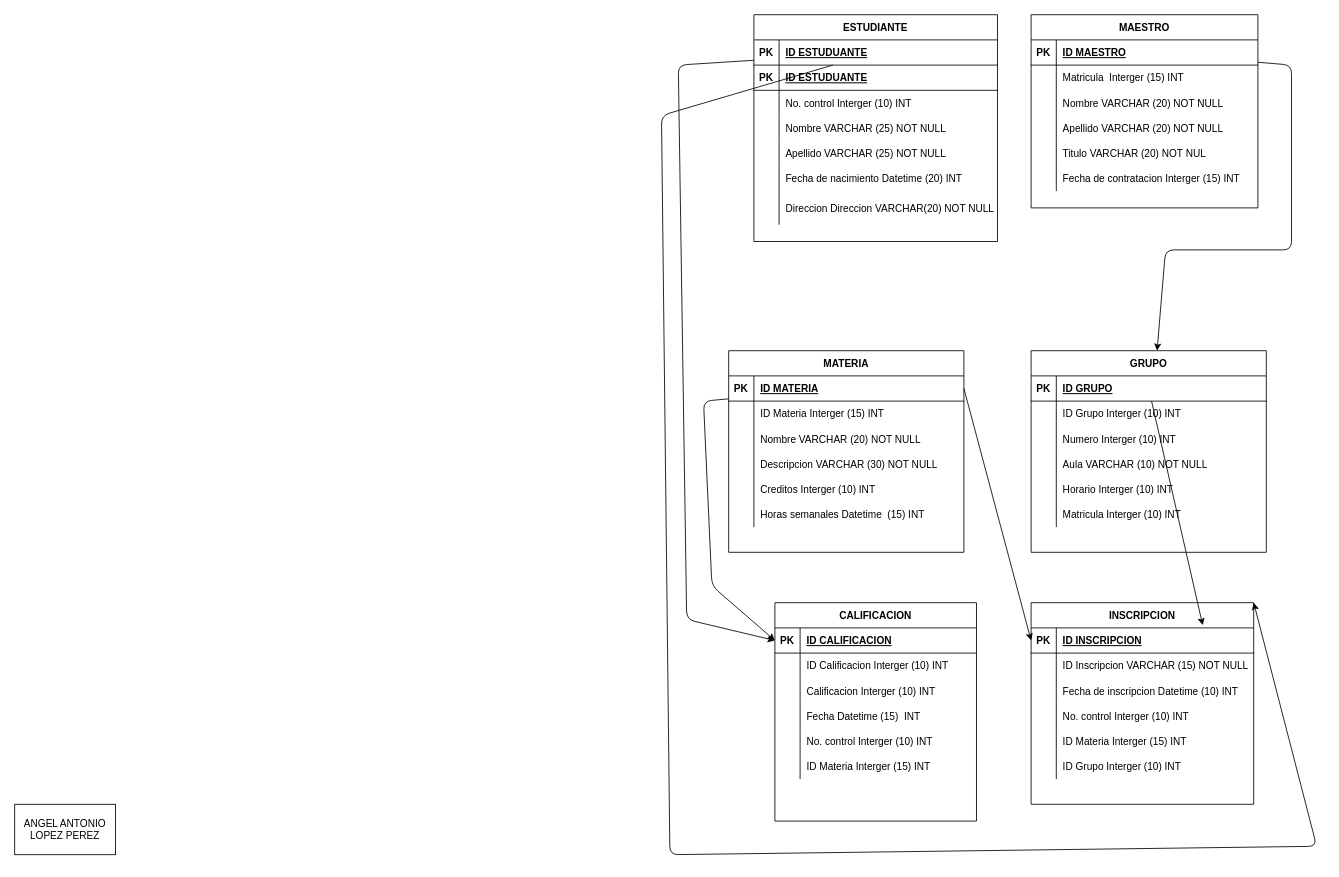
Before: page "EXAMEN U3" (4 of 4) of Diagramas/TRABAJO 1-PROYECTO.drawio in Angel-antonio03/FDB-ANGEL-ANTONIO-LOPEZ, a draw.io diagram. Source tidied: cells renumbered, new cells numbered last; positions are measured from the earlier drawing's top-left corner, leaving out a move shared by most shapes. Both pictures are drawn from the tidied source at 84%, with x=0, y=0 at pixel (14, 14).
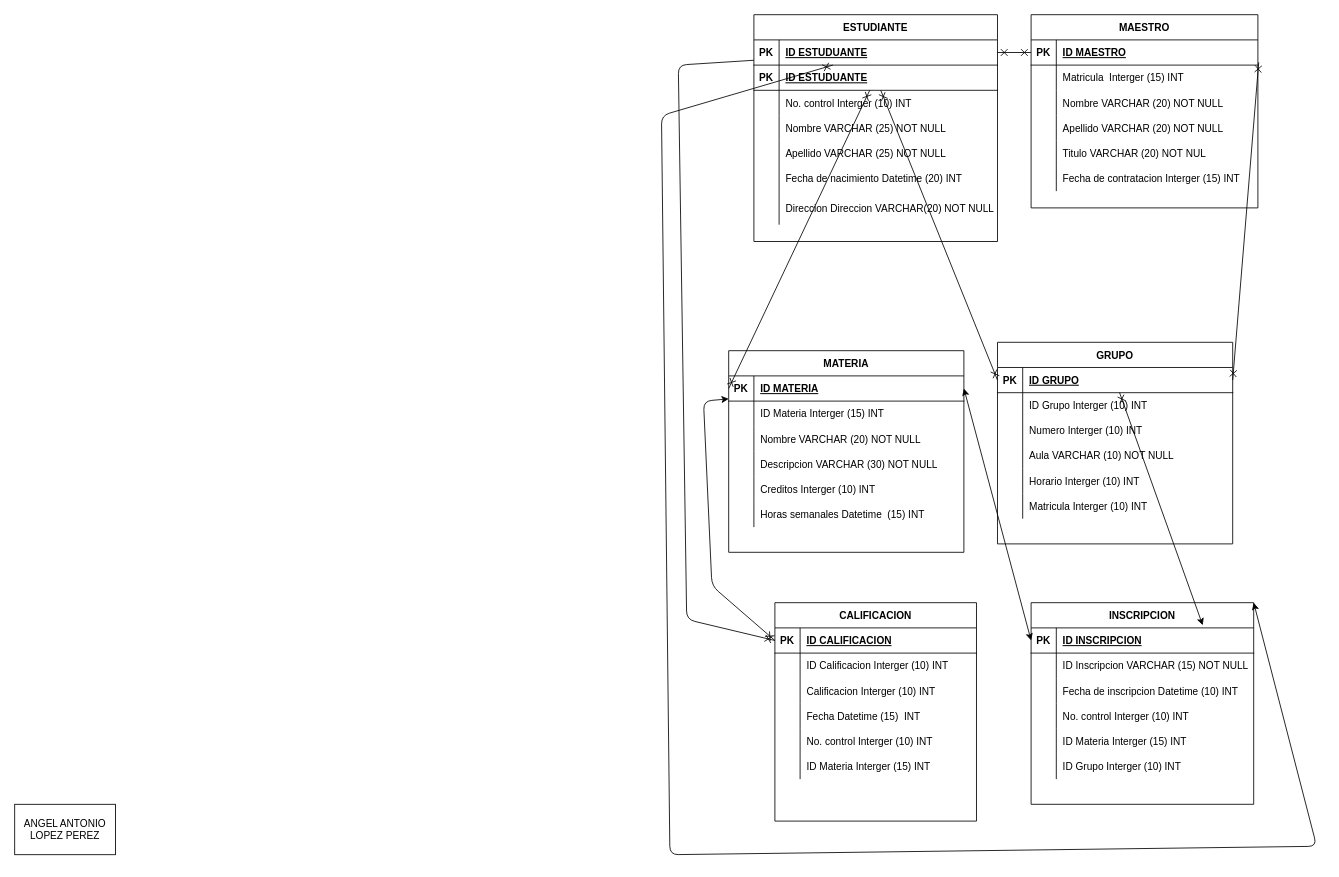
After the change.

Unchanged cells that the change refers to:
```xml
<mxCell id="3" style="shape=tableRow;horizontal=0;startSize=0;swimlaneHead=0;swimlaneBody=0;fillColor=none;points=[[0,0.5],[1,0.5]];portConstraint=eastwest;top=0;left=0;right=0;bottom=1;" parent="2" vertex="1">
  <mxGeometry y="30" width="290" height="30" as="geometry" />
</mxCell>
<mxCell id="6" style="shape=tableRow;horizontal=0;startSize=0;swimlaneHead=0;swimlaneBody=0;fillColor=none;points=[[0,0.5],[1,0.5]];portConstraint=eastwest;top=0;left=0;right=0;bottom=1;" parent="2" vertex="1">
  <mxGeometry y="60" width="290" height="30" as="geometry" />
</mxCell>
<mxCell id="26" style="shape=tableRow;horizontal=0;startSize=0;swimlaneHead=0;swimlaneBody=0;fillColor=none;points=[[0,0.5],[1,0.5]];portConstraint=eastwest;top=0;left=0;right=0;bottom=1;" parent="25" vertex="1">
  <mxGeometry y="30" width="280" height="30" as="geometry" />
</mxCell>
<mxCell id="45" style="shape=tableRow;horizontal=0;startSize=0;swimlaneHead=0;swimlaneBody=0;fillColor=none;points=[[0,0.5],[1,0.5]];portConstraint=eastwest;top=0;left=0;right=0;bottom=1;" parent="44" vertex="1">
  <mxGeometry y="30" width="240" height="30" as="geometry" />
</mxCell>
<mxCell id="63" value="INSCRIPCION" style="shape=table;startSize=30;childLayout=tableLayout;rowLines=0;fontStyle=1;align=center;" parent="1" vertex="1">
  <mxGeometry x="1210" y="700" width="265" height="240" as="geometry" />
</mxCell>
<mxCell id="64" style="shape=tableRow;horizontal=0;startSize=0;swimlaneHead=0;swimlaneBody=0;fillColor=none;points=[[0,0.5],[1,0.5]];portConstraint=eastwest;top=0;left=0;right=0;bottom=1;" parent="63" vertex="1">
  <mxGeometry y="30" width="265" height="30" as="geometry" />
</mxCell>
<mxCell id="83" style="shape=tableRow;horizontal=0;startSize=0;swimlaneHead=0;swimlaneBody=0;fillColor=none;points=[[0,0.5],[1,0.5]];portConstraint=eastwest;top=0;left=0;right=0;bottom=1;" parent="82" vertex="1">
  <mxGeometry y="30" width="270" height="30" as="geometry" />
</mxCell>
<mxCell id="102" style="shape=tableRow;horizontal=0;startSize=0;swimlaneHead=0;swimlaneBody=0;fillColor=none;points=[[0,0.5],[1,0.5]];portConstraint=eastwest;top=0;left=0;right=0;bottom=1;" parent="101" vertex="1">
  <mxGeometry y="30" width="280" height="30" as="geometry" />
</mxCell>
```

Diff of the diagram source:
```diff
@@
-    <mxCell id="24" style="edgeStyle=none;html=1;exitX=1;exitY=0.5;exitDx=0;exitDy=0;entryX=0;entryY=0.5;entryDx=0;entryDy=0;" parent="1" edge="1" source="26" target="64">
+    <mxCell id="24" style="edgeStyle=none;html=1;exitX=1;exitY=0.5;exitDx=0;exitDy=0;entryX=0;entryY=0.5;entryDx=0;entryDy=0;startArrow=classic;startFill=1;" parent="1" edge="1" source="26" target="64">
       <mxGeometry relative="1" as="geometry" />
     </mxCell>
@@
     <mxCell id="101" value="GRUPO" style="shape=table;startSize=30;childLayout=tableLayout;rowLines=0;fontStyle=1;align=center;" parent="1" vertex="1">
-      <mxGeometry x="1210" y="400" width="280" height="240" as="geometry" />
+      <mxGeometry x="1170" y="390" width="280" height="240" as="geometry" />
     </mxCell>
@@
-    <mxCell id="120" style="edgeStyle=none;html=1;entryX=1;entryY=0;entryDx=0;entryDy=0;" parent="1" edge="1" source="3" target="63">
+    <mxCell id="120" style="edgeStyle=none;html=1;entryX=1;entryY=0;entryDx=0;entryDy=0;endArrow=classic;endFill=1;startArrow=cross;startFill=0;" parent="1" edge="1" source="3" target="63">
       <mxGeometry relative="1" as="geometry">
         <Array as="points">
           <mxPoint x="770" y="120" />
           <mxPoint x="780" y="1000" />
           <mxPoint x="1550" y="990" />
         </Array>
       </mxGeometry>
     </mxCell>
-    <mxCell id="121" style="edgeStyle=none;html=1;" parent="1" edge="1" source="83" target="101">
+    <mxCell id="121" style="html=1;startArrow=cross;startFill=0;entryX=1;entryY=0.5;entryDx=0;entryDy=0;endArrow=cross;endFill=0;" parent="1" edge="1" target="102">
       <mxGeometry relative="1" as="geometry">
-        <Array as="points">
-          <mxPoint x="1520" y="60" />
-          <mxPoint x="1520" y="280" />
-          <mxPoint x="1370" y="280" />
-        </Array>
+        <mxPoint x="1481" y="56.6" as="sourcePoint" />
       </mxGeometry>
     </mxCell>
-    <mxCell id="122" style="edgeStyle=none;html=1;entryX=0.771;entryY=-0.105;entryDx=0;entryDy=0;entryPerimeter=0;" parent="1" edge="1" source="102" target="64">
+    <mxCell id="122" style="edgeStyle=none;html=1;entryX=0.771;entryY=-0.105;entryDx=0;entryDy=0;entryPerimeter=0;startArrow=cross;startFill=0;" parent="1" edge="1" source="102" target="64">
       <mxGeometry relative="1" as="geometry" />
     </mxCell>
-    <mxCell id="123" style="edgeStyle=none;html=1;entryX=0;entryY=0.5;entryDx=0;entryDy=0;" parent="1" edge="1" source="3" target="45">
+    <mxCell id="123" style="edgeStyle=none;html=1;entryX=0;entryY=0.5;entryDx=0;entryDy=0;endArrow=cross;endFill=0;" parent="1" edge="1" source="3" target="45">
       <mxGeometry relative="1" as="geometry">
         <Array as="points">
           <mxPoint x="790" y="60" />
           <mxPoint x="800" y="720" />
         </Array>
       </mxGeometry>
     </mxCell>
-    <mxCell id="124" style="edgeStyle=none;html=1;entryX=0;entryY=0.5;entryDx=0;entryDy=0;" parent="1" edge="1" source="26" target="45">
+    <mxCell id="124" style="edgeStyle=none;html=1;entryX=0;entryY=0.5;entryDx=0;entryDy=0;endArrow=cross;endFill=0;startArrow=classic;startFill=1;" parent="1" edge="1" source="26" target="45">
       <mxGeometry relative="1" as="geometry">
         <Array as="points">
           <mxPoint x="820" y="460" />
           <mxPoint x="830" y="680" />
         </Array>
       </mxGeometry>
     </mxCell>
@@
+    <mxCell id="126" style="edgeStyle=none;html=1;startArrow=cross;startFill=0;endArrow=cross;endFill=0;" parent="1" edge="1" source="83" target="3">
+      <mxGeometry relative="1" as="geometry" />
+    </mxCell>
+    <mxCell id="127" style="edgeStyle=none;html=1;entryX=0;entryY=0.5;entryDx=0;entryDy=0;startArrow=cross;startFill=0;endArrow=cross;endFill=0;" parent="1" edge="1" source="6" target="102">
+      <mxGeometry relative="1" as="geometry" />
+    </mxCell>
+    <mxCell id="128" style="edgeStyle=none;html=1;entryX=0;entryY=0.5;entryDx=0;entryDy=0;startArrow=cross;startFill=0;endArrow=cross;endFill=0;" parent="1" edge="1" source="6" target="26">
+      <mxGeometry relative="1" as="geometry" />
+    </mxCell>
```
